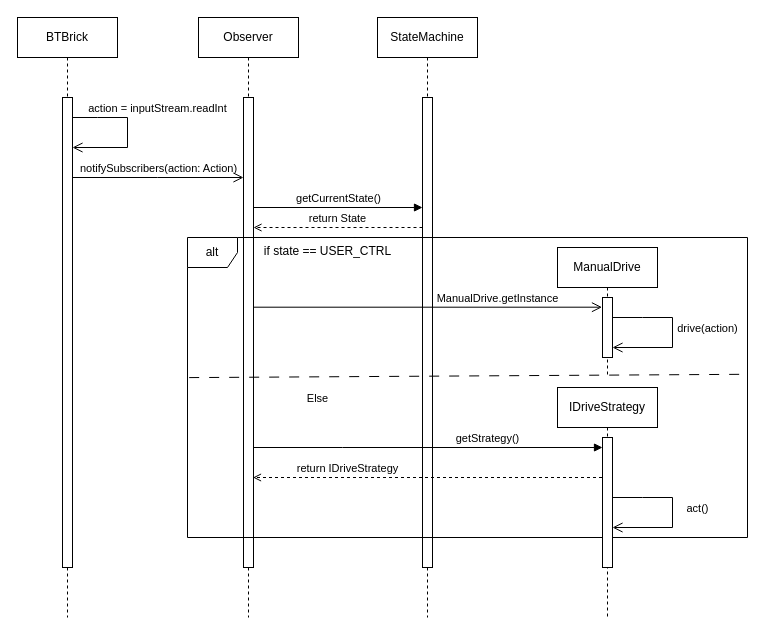
This is UML/sequenzdiagramm.drawio from Thomas12141/OOS_Praktikum, a draw.io file, before an edit. Source tidied: cells renumbered, new cells numbered last; positions are measured from the earlier drawing's top-left corner, leaving out a move shared by most shapes. Both pictures are drawn from the tidied source at 100%, with x=0, y=0 at pixel (17, 17).
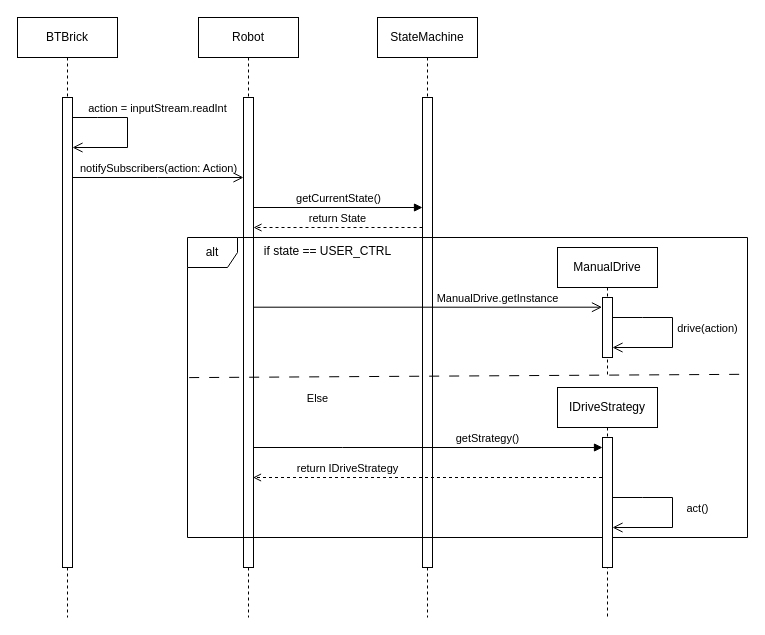
After the change.

Change to the diagram source:
```diff
@@
-    <mxCell id="4" value="Observer" style="shape=umlLifeline;perimeter=lifelinePerimeter;whiteSpace=wrap;html=1;newEdgeStyle={&quot;edgeStyle&quot;:&quot;elbowEdgeStyle&quot;,&quot;elbow&quot;:&quot;vertical&quot;,&quot;curved&quot;:0,&quot;rounded&quot;:0};" parent="1" vertex="1">
+    <mxCell id="4" value="Robot" style="shape=umlLifeline;perimeter=lifelinePerimeter;whiteSpace=wrap;html=1;newEdgeStyle={&quot;edgeStyle&quot;:&quot;elbowEdgeStyle&quot;,&quot;elbow&quot;:&quot;vertical&quot;,&quot;curved&quot;:0,&quot;rounded&quot;:0};" parent="1" vertex="1">
       <mxGeometry x="181" width="100" height="600" as="geometry" />
     </mxCell>
```
